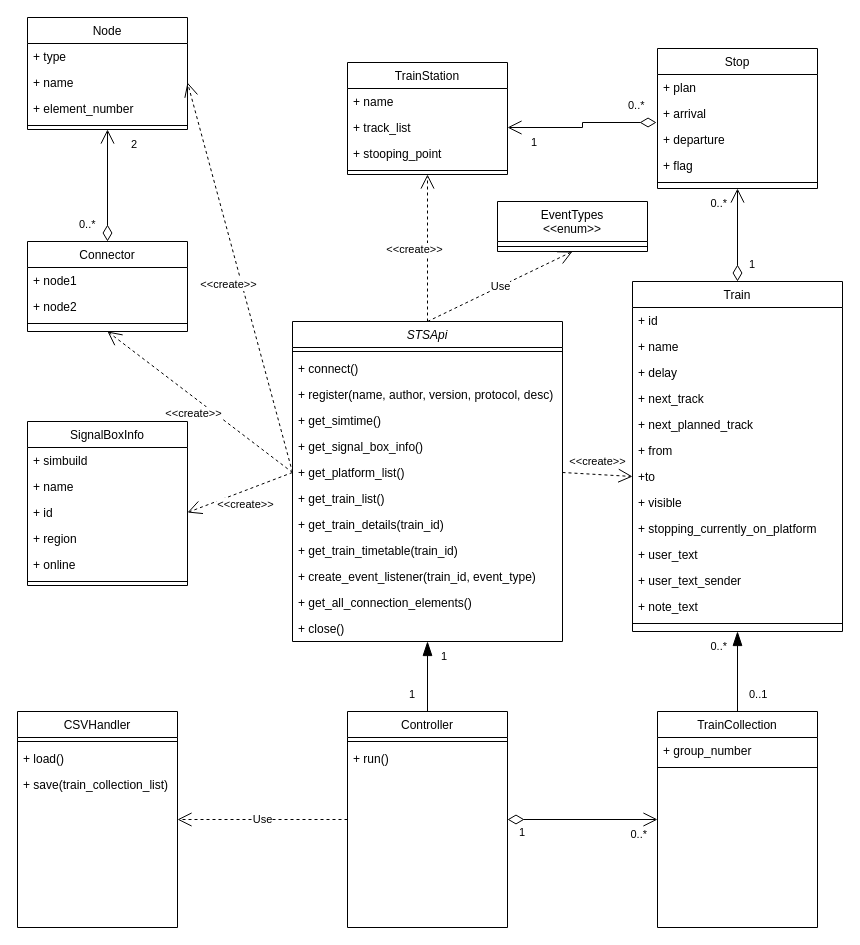
Before: docs/class_diagram.drawio in Rene2000k/sts-train-collector, a draw.io diagram. Source tidied: cells renumbered, new cells numbered last; positions are measured from the earlier drawing's top-left corner, leaving out a move shared by most shapes. Both pictures are drawn from the tidied source at 100%, with x=0, y=0 at pixel (17, 17).
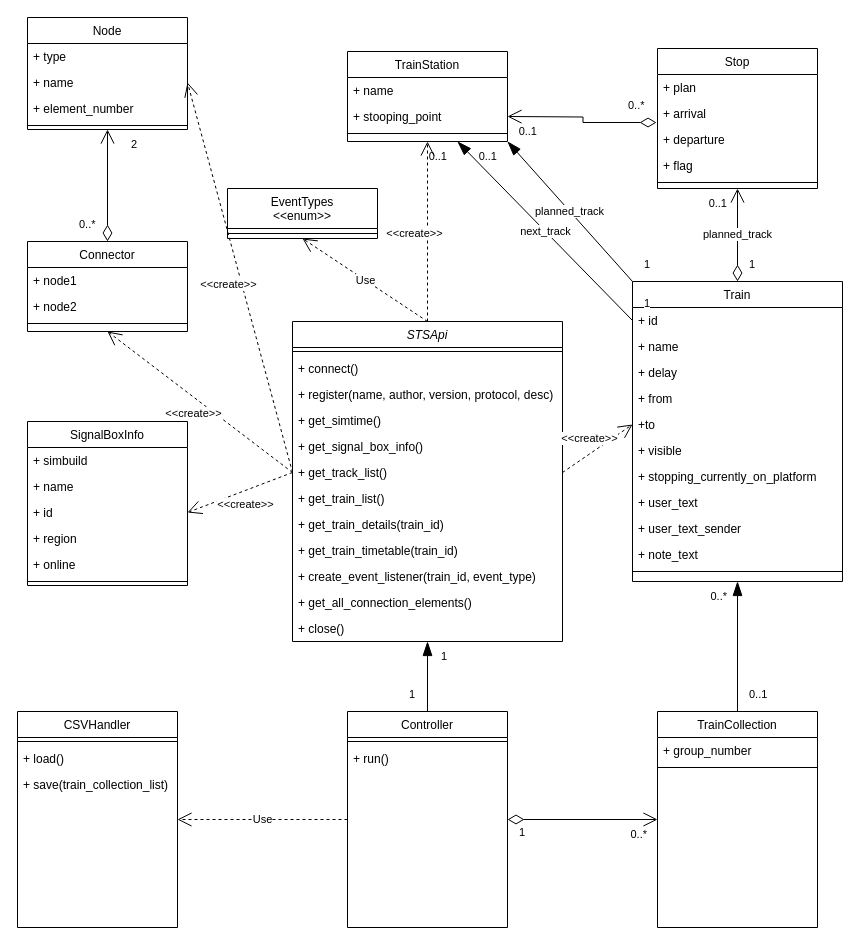
Above is the later version.

Unchanged cells that the change refers to:
```xml
<mxCell id="2" value="STSApi" style="swimlane;fontStyle=2;align=center;verticalAlign=top;horizontal=1;startSize=26;rounded=0;shadow=0;strokeWidth=1;" parent="1" vertex="1">
  <mxGeometry x="275" y="304" width="270" height="320" as="geometry" />
</mxCell>
<mxCell id="28" value="+ id" style="text;strokeColor=none;fillColor=none;align=left;verticalAlign=top;spacingLeft=4;spacingRight=4;overflow=hidden;points=[[0,0.5],[1,0.5]];portConstraint=eastwest;" parent="27" vertex="1">
  <mxGeometry y="26" width="210" height="26" as="geometry" />
</mxCell>
<mxCell id="50" value="Stop" style="swimlane;fontStyle=0;align=center;verticalAlign=top;horizontal=1;startSize=26;rounded=0;shadow=0;strokeWidth=1;" parent="1" vertex="1">
  <mxGeometry x="640" y="31" width="160" height="140" as="geometry" />
</mxCell>
<mxCell id="52" value="+ arrival" style="text;strokeColor=none;fillColor=none;align=left;verticalAlign=top;spacingLeft=4;spacingRight=4;overflow=hidden;points=[[0,0.5],[1,0.5]];portConstraint=eastwest;" parent="50" vertex="1">
  <mxGeometry y="52" width="160" height="26" as="geometry" />
</mxCell>
```

The edit, as a diff of the source:
```diff
@@
-    <mxCell id="8" value="+ get_platform_list()" style="text;strokeColor=none;fillColor=none;align=left;verticalAlign=top;spacingLeft=4;spacingRight=4;overflow=hidden;points=[[0,0.5],[1,0.5]];portConstraint=eastwest;" parent="2" vertex="1">
+    <mxCell id="8" value="+ get_track_list()" style="text;strokeColor=none;fillColor=none;align=left;verticalAlign=top;spacingLeft=4;spacingRight=4;overflow=hidden;points=[[0,0.5],[1,0.5]];portConstraint=eastwest;" parent="2" vertex="1">
       <mxGeometry y="138" width="270" height="26" as="geometry" />
     </mxCell>
@@
     <mxCell id="22" value="TrainStation" style="swimlane;fontStyle=0;align=center;verticalAlign=top;horizontal=1;startSize=26;rounded=0;shadow=0;strokeWidth=1;" parent="1" vertex="1">
-      <mxGeometry x="330" y="45" width="160" height="112" as="geometry" />
+      <mxGeometry x="330" y="34" width="160" height="90" as="geometry" />
     </mxCell>
@@
-    <mxCell id="24" value="+ track_list" style="text;strokeColor=none;fillColor=none;align=left;verticalAlign=top;spacingLeft=4;spacingRight=4;overflow=hidden;points=[[0,0.5],[1,0.5]];portConstraint=eastwest;" parent="22" vertex="1">
-      <mxGeometry y="52" width="160" height="26" as="geometry" />
-    </mxCell>
     <mxCell id="25" value="+ stooping_point" style="text;strokeColor=none;fillColor=none;align=left;verticalAlign=top;spacingLeft=4;spacingRight=4;overflow=hidden;" parent="22" vertex="1">
-      <mxGeometry y="78" width="160" height="26" as="geometry" />
+      <mxGeometry y="52" width="160" height="26" as="geometry" />
     </mxCell>
     <mxCell id="26" style="line;html=1;strokeWidth=1;align=left;verticalAlign=middle;spacingTop=-1;spacingLeft=3;spacingRight=3;labelPosition=right;" parent="22" vertex="1">
-      <mxGeometry y="104" width="160" height="8" as="geometry" />
+      <mxGeometry y="78" width="160" height="8" as="geometry" />
     </mxCell>
     <mxCell id="27" value="Train" style="swimlane;fontStyle=0;align=center;verticalAlign=top;horizontal=1;startSize=26;rounded=0;shadow=0;strokeWidth=1;" parent="1" vertex="1">
-      <mxGeometry x="615" y="264" width="210" height="350" as="geometry" />
+      <mxGeometry x="615" y="264" width="210" height="300" as="geometry" />
     </mxCell>
@@
-    <mxCell id="31" value="+ next_track" style="text;strokeColor=none;fillColor=none;align=left;verticalAlign=top;spacingLeft=4;spacingRight=4;overflow=hidden;" parent="27" vertex="1">
-      <mxGeometry y="104" width="210" height="26" as="geometry" />
-    </mxCell>
-    <mxCell id="32" value="+ next_planned_track" style="text;strokeColor=none;fillColor=none;align=left;verticalAlign=top;spacingLeft=4;spacingRight=4;overflow=hidden;" parent="27" vertex="1">
-      <mxGeometry y="130" width="210" height="26" as="geometry" />
-    </mxCell>
     <mxCell id="33" value="+ from" style="text;strokeColor=none;fillColor=none;align=left;verticalAlign=top;spacingLeft=4;spacingRight=4;overflow=hidden;" parent="27" vertex="1">
-      <mxGeometry y="156" width="210" height="26" as="geometry" />
+      <mxGeometry y="104" width="210" height="26" as="geometry" />
     </mxCell>
     <mxCell id="34" value="+to" style="text;strokeColor=none;fillColor=none;align=left;verticalAlign=top;spacingLeft=4;spacingRight=4;overflow=hidden;points=[[0,0.5],[1,0.5]];portConstraint=eastwest;" parent="27" vertex="1">
-      <mxGeometry y="182" width="210" height="26" as="geometry" />
+      <mxGeometry y="130" width="210" height="26" as="geometry" />
     </mxCell>
     <mxCell id="35" value="+ visible" style="text;strokeColor=none;fillColor=none;align=left;verticalAlign=top;spacingLeft=4;spacingRight=4;overflow=hidden;" parent="27" vertex="1">
-      <mxGeometry y="208" width="210" height="26" as="geometry" />
+      <mxGeometry y="156" width="210" height="26" as="geometry" />
     </mxCell>
     <mxCell id="36" value="+ stopping_currently_on_platform" style="text;strokeColor=none;fillColor=none;align=left;verticalAlign=top;spacingLeft=4;spacingRight=4;overflow=hidden;" parent="27" vertex="1">
-      <mxGeometry y="234" width="210" height="26" as="geometry" />
+      <mxGeometry y="182" width="210" height="26" as="geometry" />
     </mxCell>
     <mxCell id="37" value="+ user_text" style="text;strokeColor=none;fillColor=none;align=left;verticalAlign=top;spacingLeft=4;spacingRight=4;overflow=hidden;" parent="27" vertex="1">
-      <mxGeometry y="260" width="210" height="26" as="geometry" />
+      <mxGeometry y="208" width="210" height="26" as="geometry" />
     </mxCell>
     <mxCell id="38" value="+ user_text_sender" style="text;strokeColor=none;fillColor=none;align=left;verticalAlign=top;spacingLeft=4;spacingRight=4;overflow=hidden;" parent="27" vertex="1">
-      <mxGeometry y="286" width="210" height="26" as="geometry" />
+      <mxGeometry y="234" width="210" height="26" as="geometry" />
     </mxCell>
     <mxCell id="39" value="+ note_text" style="text;strokeColor=none;fillColor=none;align=left;verticalAlign=top;spacingLeft=4;spacingRight=4;overflow=hidden;" parent="27" vertex="1">
-      <mxGeometry y="312" width="210" height="26" as="geometry" />
+      <mxGeometry y="260" width="210" height="26" as="geometry" />
     </mxCell>
     <mxCell id="40" style="line;html=1;strokeWidth=1;align=left;verticalAlign=middle;spacingTop=-1;spacingLeft=3;spacingRight=3;labelPosition=right;" parent="27" vertex="1">
-      <mxGeometry y="338" width="210" height="8" as="geometry" />
+      <mxGeometry y="286" width="210" height="8" as="geometry" />
     </mxCell>
@@
-    <mxCell id="66" style="endArrow=open;html=1;endSize=12;startArrow=diamondThin;startSize=14;startFill=0;edgeStyle=orthogonalEdgeStyle;rounded=0;entryX=0.5;entryY=1;entryDx=0;entryDy=0;" parent="1" edge="1" source="27" target="50">
-      <mxGeometry relative="1" as="geometry" />
+    <mxCell id="66" value="next_track" style="endArrow=blockThin;html=1;endSize=12;startArrow=none;startSize=14;startFill=0;rounded=0;exitX=0;exitY=0.5;exitDx=0;exitDy=0;endFill=1;" parent="1" edge="1" source="28">
+      <mxGeometry relative="1" as="geometry">
+        <mxPoint x="440" y="124" as="targetPoint" />
+      </mxGeometry>
     </mxCell>
@@
-    <mxCell id="68" value="0..*" style="edgeLabel;html=1;align=right;verticalAlign=top;" parent="66" vertex="1">
+    <mxCell id="68" value="0..1" style="edgeLabel;html=1;align=right;verticalAlign=top;" parent="66" vertex="1">
       <mxGeometry x="1" relative="1" as="geometry">
         <mxPoint x="-10" y="2" as="offset" />
       </mxGeometry>
     </mxCell>
     <mxCell id="69" value="EventTypes&#10;&lt;&lt;enum&gt;&gt;" style="swimlane;fontStyle=0;align=center;verticalAlign=top;horizontal=1;startSize=40;rounded=0;shadow=0;strokeWidth=1;" parent="1" vertex="1">
-      <mxGeometry x="480" y="184" width="150" height="50" as="geometry" />
+      <mxGeometry x="210" y="171" width="150" height="50" as="geometry" />
     </mxCell>
@@
-    <mxCell id="83" style="endArrow=open;html=1;endSize=12;startArrow=diamondThin;startSize=14;startFill=0;edgeStyle=orthogonalEdgeStyle;rounded=0;entryX=1;entryY=0.5;entryDx=0;entryDy=0;exitX=-0.006;exitY=0.846;exitDx=0;exitDy=0;exitPerimeter=0;" parent="1" edge="1" source="52" target="24">
-      <mxGeometry relative="1" as="geometry" />
+    <mxCell id="83" style="endArrow=open;html=1;endSize=12;startArrow=diamondThin;startSize=14;startFill=0;edgeStyle=orthogonalEdgeStyle;rounded=0;entryX=1;entryY=0.5;entryDx=0;entryDy=0;exitX=-0.006;exitY=0.846;exitDx=0;exitDy=0;exitPerimeter=0;" parent="1" edge="1" source="52">
+      <mxGeometry relative="1" as="geometry">
+        <mxPoint x="490" y="99" as="targetPoint" />
+      </mxGeometry>
     </mxCell>
@@
-    <mxCell id="85" value="1" style="edgeLabel;html=1;align=right;verticalAlign=top;" parent="83" vertex="1">
+    <mxCell id="85" value="0..1" style="edgeLabel;html=1;align=right;verticalAlign=top;" parent="83" vertex="1">
       <mxGeometry x="1" relative="1" as="geometry">
         <mxPoint x="30" y="2" as="offset" />
       </mxGeometry>
     </mxCell>
@@
+    <mxCell id="93" value="planned_track" style="endArrow=blockThin;html=1;endSize=12;startArrow=none;startSize=14;startFill=0;rounded=0;entryX=1;entryY=1;entryDx=0;entryDy=0;exitX=0;exitY=0;exitDx=0;exitDy=0;endFill=1;" parent="1" edge="1" source="27" target="22">
+      <mxGeometry relative="1" as="geometry" />
+    </mxCell>
+    <mxCell id="94" value="1" style="edgeLabel;html=1;align=left;verticalAlign=top;" parent="93" vertex="1">
+      <mxGeometry x="-1" relative="1" as="geometry">
+        <mxPoint x="10" y="-30" as="offset" />
+      </mxGeometry>
+    </mxCell>
+    <mxCell id="95" value="0..1" style="edgeLabel;html=1;align=right;verticalAlign=top;" parent="93" vertex="1">
+      <mxGeometry x="1" relative="1" as="geometry">
+        <mxPoint x="-10" y="2" as="offset" />
+      </mxGeometry>
+    </mxCell>
+    <mxCell id="96" value="planned_track" style="endArrow=open;html=1;endSize=12;startArrow=diamondThin;startSize=14;startFill=0;rounded=0;entryX=0.5;entryY=1;entryDx=0;entryDy=0;" parent="1" edge="1" source="27" target="50">
+      <mxGeometry relative="1" as="geometry" />
+    </mxCell>
+    <mxCell id="97" value="1" style="edgeLabel;html=1;align=left;verticalAlign=top;" parent="96" vertex="1">
+      <mxGeometry x="-1" relative="1" as="geometry">
+        <mxPoint x="10" y="-30" as="offset" />
+      </mxGeometry>
+    </mxCell>
+    <mxCell id="98" value="0..1" style="edgeLabel;html=1;align=right;verticalAlign=top;" parent="96" vertex="1">
+      <mxGeometry x="1" relative="1" as="geometry">
+        <mxPoint x="-10" y="2" as="offset" />
+      </mxGeometry>
+    </mxCell>
```
